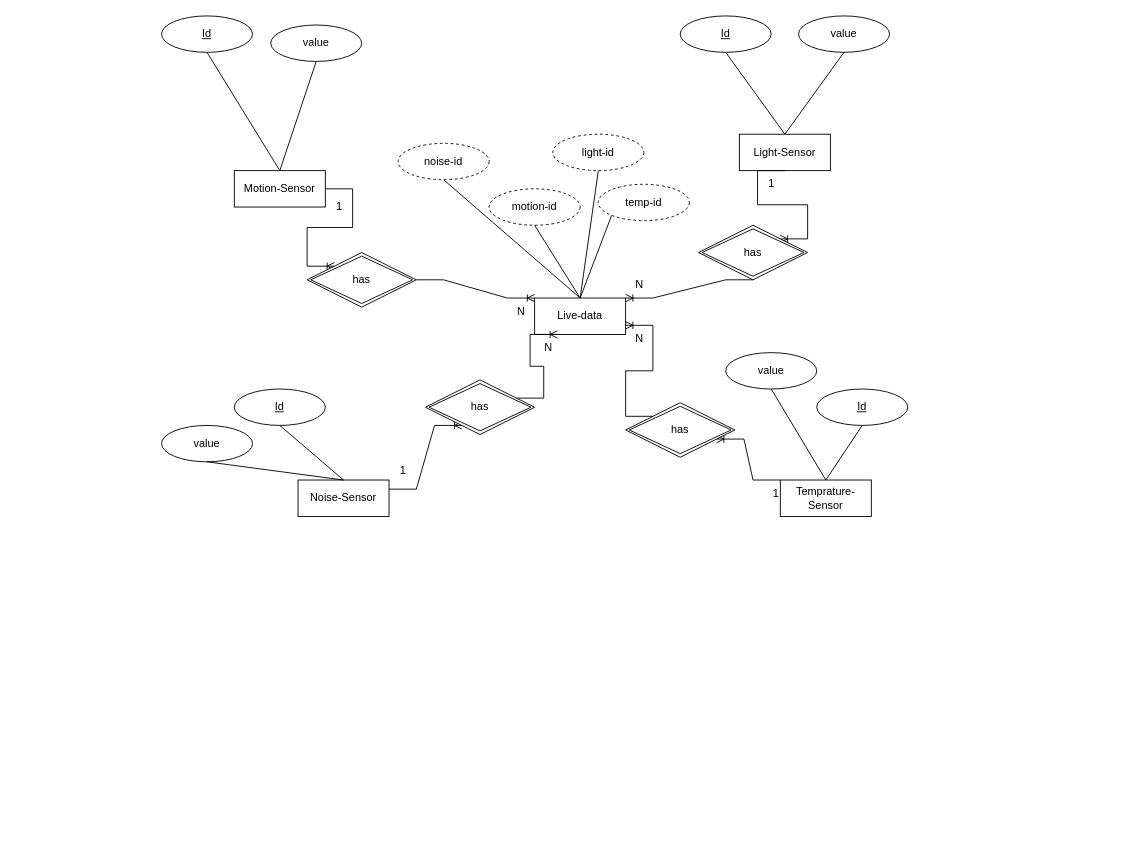
Earlier version of the draw.io diagram DB_ERD.drawio (FHAC-IP-SmartCity/frontend). Source tidied: cells renumbered, new cells numbered last; positions are measured from the earlier drawing's top-left corner, leaving out a move shared by most shapes. Both pictures are drawn from the tidied source at 91%, with x=0, y=0 at pixel (161, 15).
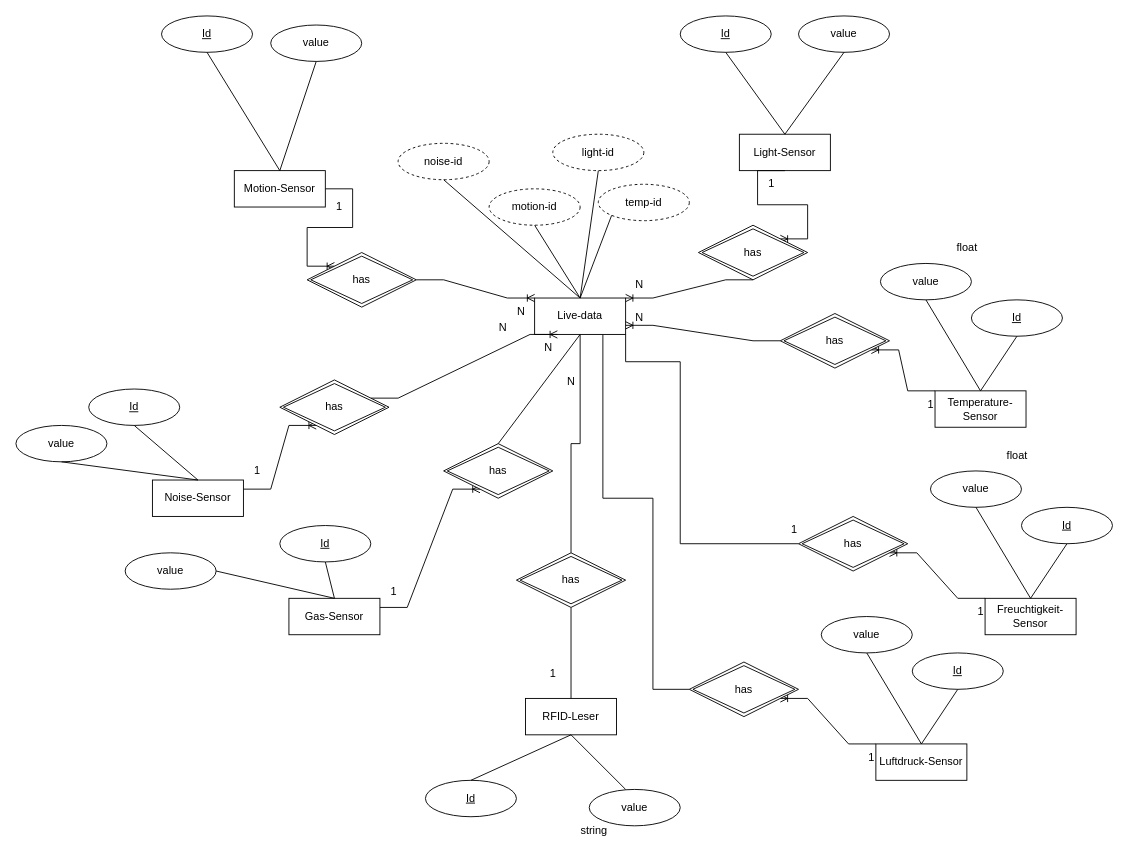
After the change.

Commit message (it also covers changes not shown here):
Schema bearbeiten

The change refers to these unchanged cells:
```xml
<mxCell id="22" value="Live-data" style="whiteSpace=wrap;html=1;align=center;" parent="1" vertex="1">
  <mxGeometry x="410" y="310" width="100" height="40" as="geometry" />
</mxCell>
```

Diff of the diagram source:
```diff
@@
     <mxCell id="3" value="Noise-Sensor" style="whiteSpace=wrap;html=1;align=center;" parent="1" vertex="1">
-      <mxGeometry x="150" y="510" width="100" height="40" as="geometry" />
+      <mxGeometry x="-10" y="510" width="100" height="40" as="geometry" />
     </mxCell>
-    <mxCell id="4" value="Temprature-Sensor" style="whiteSpace=wrap;html=1;align=center;" parent="1" vertex="1">
-      <mxGeometry x="680" y="510" width="100" height="40" as="geometry" />
+    <mxCell id="4" value="Temperature-Sensor" style="whiteSpace=wrap;html=1;align=center;" parent="1" vertex="1">
+      <mxGeometry x="850" y="412" width="100" height="40" as="geometry" />
     </mxCell>
@@
     <mxCell id="10" value="Id" style="ellipse;whiteSpace=wrap;html=1;align=center;fontStyle=4;" parent="1" vertex="1">
-      <mxGeometry x="720" y="410" width="100" height="40" as="geometry" />
+      <mxGeometry x="890" y="312" width="100" height="40" as="geometry" />
     </mxCell>
@@
     <mxCell id="12" value="Id" style="ellipse;whiteSpace=wrap;html=1;align=center;fontStyle=4;" parent="1" vertex="1">
-      <mxGeometry x="80" y="410" width="100" height="40" as="geometry" />
+      <mxGeometry x="-80" y="410" width="100" height="40" as="geometry" />
     </mxCell>
@@
     <mxCell id="18" value="value" style="ellipse;whiteSpace=wrap;html=1;align=center;" parent="1" vertex="1">
-      <mxGeometry y="450" width="100" height="40" as="geometry" />
+      <mxGeometry x="-160" y="450" width="100" height="40" as="geometry" />
     </mxCell>
@@
     <mxCell id="20" value="value" style="ellipse;whiteSpace=wrap;html=1;align=center;" parent="1" vertex="1">
-      <mxGeometry x="620" y="370" width="100" height="40" as="geometry" />
+      <mxGeometry x="790" y="272" width="100" height="40" as="geometry" />
     </mxCell>
@@
+    <mxCell id="51" style="edgeStyle=orthogonalEdgeStyle;rounded=0;jettySize=auto;html=1;entryX=0.5;entryY=0;entryDx=0;entryDy=0;endArrow=none;endFill=0;" parent="1" edge="1" source="22" target="56">
+      <mxGeometry relative="1" as="geometry" />
+    </mxCell>
+    <mxCell id="52" style="edgeStyle=orthogonalEdgeStyle;rounded=0;jettySize=auto;html=1;entryX=0;entryY=0.5;entryDx=0;entryDy=0;endArrow=none;endFill=0;exitX=1;exitY=1;exitDx=0;exitDy=0;" parent="1" edge="1" source="22" target="79">
+      <mxGeometry relative="1" as="geometry">
+        <Array as="points">
+          <mxPoint x="510" y="380" />
+          <mxPoint x="570" y="380" />
+          <mxPoint x="570" y="580" />
+        </Array>
+      </mxGeometry>
+    </mxCell>
+    <mxCell id="53" style="edgeStyle=orthogonalEdgeStyle;rounded=0;jettySize=auto;html=1;entryX=0;entryY=0.5;entryDx=0;entryDy=0;endArrow=none;endFill=0;exitX=0.75;exitY=1;exitDx=0;exitDy=0;" parent="1" edge="1" source="22" target="90">
+      <mxGeometry relative="1" as="geometry">
+        <Array as="points">
+          <mxPoint x="485" y="530" />
+          <mxPoint x="540" y="530" />
+          <mxPoint x="540" y="740" />
+        </Array>
+      </mxGeometry>
+    </mxCell>
@@
     <mxCell id="33" value="has" style="shape=rhombus;double=1;perimeter=rhombusPerimeter;whiteSpace=wrap;html=1;align=center;" parent="1" vertex="1">
-      <mxGeometry x="290" y="400" width="120" height="60" as="geometry" />
+      <mxGeometry x="130" y="400" width="120" height="60" as="geometry" />
     </mxCell>
     <mxCell id="34" value="1" style="text;html=1;align=center;verticalAlign=middle;strokeColor=none;fillColor=none;" parent="1" vertex="1">
-      <mxGeometry x="250" y="485" width="30" height="30" as="geometry" />
+      <mxGeometry x="90" y="485" width="30" height="30" as="geometry" />
     </mxCell>
@@
     <mxCell id="36" value="N" style="text;html=1;align=center;verticalAlign=middle;strokeColor=none;fillColor=none;" parent="1" vertex="1">
-      <mxGeometry x="510" y="340" width="30" height="30" as="geometry" />
+      <mxGeometry x="510" y="317" width="30" height="30" as="geometry" />
     </mxCell>
     <mxCell id="37" value="1" style="text;html=1;align=center;verticalAlign=middle;strokeColor=none;fillColor=none;" parent="1" vertex="1">
-      <mxGeometry x="660" y="510" width="30" height="30" as="geometry" />
+      <mxGeometry x="830" y="412" width="30" height="30" as="geometry" />
     </mxCell>
-    <mxCell id="38" style="edgeStyle=entityRelationEdgeStyle;fontSize=12;html=1;endArrow=ERoneToMany;rounded=0;exitX=0;exitY=0;exitDx=0;exitDy=0;entryX=1;entryY=0.75;entryDx=0;entryDy=0;" parent="1" edge="1" source="45" target="22">
+    <mxCell id="38" style="edgeStyle=entityRelationEdgeStyle;fontSize=12;html=1;endArrow=ERoneToMany;rounded=0;exitX=0;exitY=0.5;exitDx=0;exitDy=0;entryX=1;entryY=0.75;entryDx=0;entryDy=0;" parent="1" edge="1" source="45" target="22">
       <mxGeometry relative="1" as="geometry" />
     </mxCell>
@@
     <mxCell id="45" value="has" style="shape=rhombus;double=1;perimeter=rhombusPerimeter;whiteSpace=wrap;html=1;align=center;" parent="1" vertex="1">
-      <mxGeometry x="510" y="425" width="120" height="60" as="geometry" />
+      <mxGeometry x="680" y="327" width="120" height="60" as="geometry" />
     </mxCell>
@@
+    <mxCell id="54" value="RFID-Leser" style="whiteSpace=wrap;html=1;align=center;" parent="1" vertex="1">
+      <mxGeometry x="400" y="750" width="100" height="40" as="geometry" />
+    </mxCell>
+    <mxCell id="55" style="edgeStyle=orthogonalEdgeStyle;rounded=0;jettySize=auto;html=1;entryX=0.5;entryY=0;entryDx=0;entryDy=0;endArrow=none;endFill=0;" parent="1" edge="1" source="56" target="54">
+      <mxGeometry relative="1" as="geometry" />
+    </mxCell>
+    <mxCell id="56" value="has" style="shape=rhombus;double=1;perimeter=rhombusPerimeter;whiteSpace=wrap;html=1;align=center;" parent="1" vertex="1">
+      <mxGeometry x="390" y="590" width="120" height="60" as="geometry" />
+    </mxCell>
+    <mxCell id="57" value="Id" style="ellipse;whiteSpace=wrap;html=1;align=center;fontStyle=4;" parent="1" vertex="1">
+      <mxGeometry x="290" y="840" width="100" height="40" as="geometry" />
+    </mxCell>
+    <mxCell id="58" value="value" style="ellipse;whiteSpace=wrap;html=1;align=center;" parent="1" vertex="1">
+      <mxGeometry x="470" y="850" width="100" height="40" as="geometry" />
+    </mxCell>
+    <mxCell id="59" style="endArrow=none;html=1;rounded=0;entryX=0.5;entryY=1;entryDx=0;entryDy=0;exitX=0.5;exitY=0;exitDx=0;exitDy=0;" parent="1" edge="1" source="57" target="54">
+      <mxGeometry relative="1" as="geometry" />
+    </mxCell>
+    <mxCell id="60" style="endArrow=none;html=1;rounded=0;exitX=0.5;exitY=1;exitDx=0;exitDy=0;entryX=0.5;entryY=0;entryDx=0;entryDy=0;" parent="1" edge="1" source="54">
+      <mxGeometry relative="1" as="geometry">
+        <mxPoint x="510" y="850" as="targetPoint" />
+      </mxGeometry>
+    </mxCell>
+    <mxCell id="61" value="float" style="text;html=1;align=center;verticalAlign=middle;strokeColor=none;fillColor=none;" parent="1" vertex="1">
+      <mxGeometry x="860" y="240" width="50" height="30" as="geometry" />
+    </mxCell>
+    <mxCell id="62" value="string" style="text;html=1;align=center;verticalAlign=middle;strokeColor=none;fillColor=none;" parent="1" vertex="1">
+      <mxGeometry x="450" y="880" width="50" height="30" as="geometry" />
+    </mxCell>
+    <mxCell id="63" value="Gas-Sensor" style="whiteSpace=wrap;html=1;align=center;" parent="1" vertex="1">
+      <mxGeometry x="140" y="640" width="100" height="40" as="geometry" />
+    </mxCell>
+    <mxCell id="64" value="Id" style="ellipse;whiteSpace=wrap;html=1;align=center;fontStyle=4;" parent="1" vertex="1">
+      <mxGeometry x="130" y="560" width="100" height="40" as="geometry" />
+    </mxCell>
+    <mxCell id="65" style="endArrow=none;html=1;rounded=0;exitX=0.5;exitY=0;exitDx=0;exitDy=0;entryX=0.5;entryY=1;entryDx=0;entryDy=0;" parent="1" edge="1" source="63" target="64">
+      <mxGeometry relative="1" as="geometry" />
+    </mxCell>
+    <mxCell id="66" style="edgeStyle=entityRelationEdgeStyle;fontSize=12;html=1;endArrow=ERoneToMany;rounded=0;exitX=1;exitY=0.25;exitDx=0;exitDy=0;entryX=0.25;entryY=1;entryDx=0;entryDy=0;" parent="1" edge="1" source="63" target="67">
+      <mxGeometry relative="1" as="geometry" />
+    </mxCell>
+    <mxCell id="67" value="has" style="shape=rhombus;double=1;perimeter=rhombusPerimeter;whiteSpace=wrap;html=1;align=center;" parent="1" vertex="1">
+      <mxGeometry x="310" y="470" width="120" height="60" as="geometry" />
+    </mxCell>
+    <mxCell id="68" value="1" style="text;html=1;align=center;verticalAlign=middle;strokeColor=none;fillColor=none;" parent="1" vertex="1">
+      <mxGeometry x="240" y="618" width="30" height="30" as="geometry" />
+    </mxCell>
+    <mxCell id="69" style="endArrow=none;html=1;rounded=0;exitX=0.5;exitY=0;exitDx=0;exitDy=0;entryX=0.5;entryY=1;entryDx=0;entryDy=0;" parent="1" edge="1" source="67" target="22">
+      <mxGeometry relative="1" as="geometry" />
+    </mxCell>
+    <mxCell id="70" value="value" style="ellipse;whiteSpace=wrap;html=1;align=center;" parent="1" vertex="1">
+      <mxGeometry x="-40" y="590" width="100" height="40" as="geometry" />
+    </mxCell>
+    <mxCell id="71" style="endArrow=none;html=1;rounded=0;entryX=0.5;entryY=0;entryDx=0;entryDy=0;exitX=1;exitY=0.5;exitDx=0;exitDy=0;" parent="1" edge="1" source="70" target="63">
+      <mxGeometry relative="1" as="geometry" />
+    </mxCell>
+    <mxCell id="72" value="Freuchtigkeit-Sensor" style="whiteSpace=wrap;html=1;align=center;" parent="1" vertex="1">
+      <mxGeometry x="905" y="640" width="100" height="40" as="geometry" />
+    </mxCell>
+    <mxCell id="73" value="Id" style="ellipse;whiteSpace=wrap;html=1;align=center;fontStyle=4;" parent="1" vertex="1">
+      <mxGeometry x="945" y="540" width="100" height="40" as="geometry" />
+    </mxCell>
+    <mxCell id="74" style="endArrow=none;html=1;rounded=0;exitX=0.5;exitY=1;exitDx=0;exitDy=0;entryX=0.5;entryY=0;entryDx=0;entryDy=0;" parent="1" edge="1" source="73" target="72">
+      <mxGeometry relative="1" as="geometry" />
+    </mxCell>
+    <mxCell id="75" value="value" style="ellipse;whiteSpace=wrap;html=1;align=center;" parent="1" vertex="1">
+      <mxGeometry x="845" y="500" width="100" height="40" as="geometry" />
+    </mxCell>
+    <mxCell id="76" style="endArrow=none;html=1;rounded=0;exitX=0.5;exitY=1;exitDx=0;exitDy=0;entryX=0.5;entryY=0;entryDx=0;entryDy=0;" parent="1" edge="1" source="75" target="72">
+      <mxGeometry relative="1" as="geometry" />
+    </mxCell>
+    <mxCell id="77" value="1" style="text;html=1;align=center;verticalAlign=middle;strokeColor=none;fillColor=none;" parent="1" vertex="1">
+      <mxGeometry x="885" y="640" width="30" height="30" as="geometry" />
+    </mxCell>
+    <mxCell id="78" style="edgeStyle=entityRelationEdgeStyle;fontSize=12;html=1;endArrow=ERoneToMany;rounded=0;exitX=0;exitY=0;exitDx=0;exitDy=0;entryX=1;entryY=0.75;entryDx=0;entryDy=0;" parent="1" edge="1" source="72" target="79">
+      <mxGeometry relative="1" as="geometry" />
+    </mxCell>
+    <mxCell id="79" value="has" style="shape=rhombus;double=1;perimeter=rhombusPerimeter;whiteSpace=wrap;html=1;align=center;" parent="1" vertex="1">
+      <mxGeometry x="700" y="550" width="120" height="60" as="geometry" />
+    </mxCell>
+    <mxCell id="80" value="float" style="text;html=1;align=center;verticalAlign=middle;strokeColor=none;fillColor=none;" parent="1" vertex="1">
+      <mxGeometry x="915" y="468" width="50" height="30" as="geometry" />
+    </mxCell>
+    <mxCell id="81" value="N" style="text;html=1;align=center;verticalAlign=middle;strokeColor=none;fillColor=none;" parent="1" vertex="1">
+      <mxGeometry x="435" y="387" width="30" height="30" as="geometry" />
+    </mxCell>
+    <mxCell id="82" value="1" style="text;html=1;align=center;verticalAlign=middle;strokeColor=none;fillColor=none;" parent="1" vertex="1">
+      <mxGeometry x="680" y="550" width="30" height="30" as="geometry" />
+    </mxCell>
+    <mxCell id="83" value="Luftdruck-Sensor" style="whiteSpace=wrap;html=1;align=center;" parent="1" vertex="1">
+      <mxGeometry x="785" y="800" width="100" height="40" as="geometry" />
+    </mxCell>
+    <mxCell id="84" value="Id" style="ellipse;whiteSpace=wrap;html=1;align=center;fontStyle=4;" parent="1" vertex="1">
+      <mxGeometry x="825" y="700" width="100" height="40" as="geometry" />
+    </mxCell>
+    <mxCell id="85" style="endArrow=none;html=1;rounded=0;exitX=0.5;exitY=1;exitDx=0;exitDy=0;entryX=0.5;entryY=0;entryDx=0;entryDy=0;" parent="1" edge="1" source="84" target="83">
+      <mxGeometry relative="1" as="geometry" />
+    </mxCell>
+    <mxCell id="86" value="value" style="ellipse;whiteSpace=wrap;html=1;align=center;" parent="1" vertex="1">
+      <mxGeometry x="725" y="660" width="100" height="40" as="geometry" />
+    </mxCell>
+    <mxCell id="87" style="endArrow=none;html=1;rounded=0;exitX=0.5;exitY=1;exitDx=0;exitDy=0;entryX=0.5;entryY=0;entryDx=0;entryDy=0;" parent="1" edge="1" source="86" target="83">
+      <mxGeometry relative="1" as="geometry" />
+    </mxCell>
+    <mxCell id="88" value="1" style="text;html=1;align=center;verticalAlign=middle;strokeColor=none;fillColor=none;" parent="1" vertex="1">
+      <mxGeometry x="765" y="800" width="30" height="30" as="geometry" />
+    </mxCell>
+    <mxCell id="89" style="edgeStyle=entityRelationEdgeStyle;fontSize=12;html=1;endArrow=ERoneToMany;rounded=0;exitX=0;exitY=0;exitDx=0;exitDy=0;entryX=1;entryY=0.75;entryDx=0;entryDy=0;" parent="1" edge="1" source="83" target="90">
+      <mxGeometry relative="1" as="geometry" />
+    </mxCell>
+    <mxCell id="90" value="has" style="shape=rhombus;double=1;perimeter=rhombusPerimeter;whiteSpace=wrap;html=1;align=center;" parent="1" vertex="1">
+      <mxGeometry x="580" y="710" width="120" height="60" as="geometry" />
+    </mxCell>
+    <mxCell id="91" value="N" style="text;html=1;align=center;verticalAlign=middle;strokeColor=none;fillColor=none;" parent="1" vertex="1">
+      <mxGeometry x="360" y="328" width="30" height="30" as="geometry" />
+    </mxCell>
+    <mxCell id="92" value="1" style="text;html=1;align=center;verticalAlign=middle;strokeColor=none;fillColor=none;" parent="1" vertex="1">
+      <mxGeometry x="415" y="708" width="30" height="30" as="geometry" />
+    </mxCell>
```
